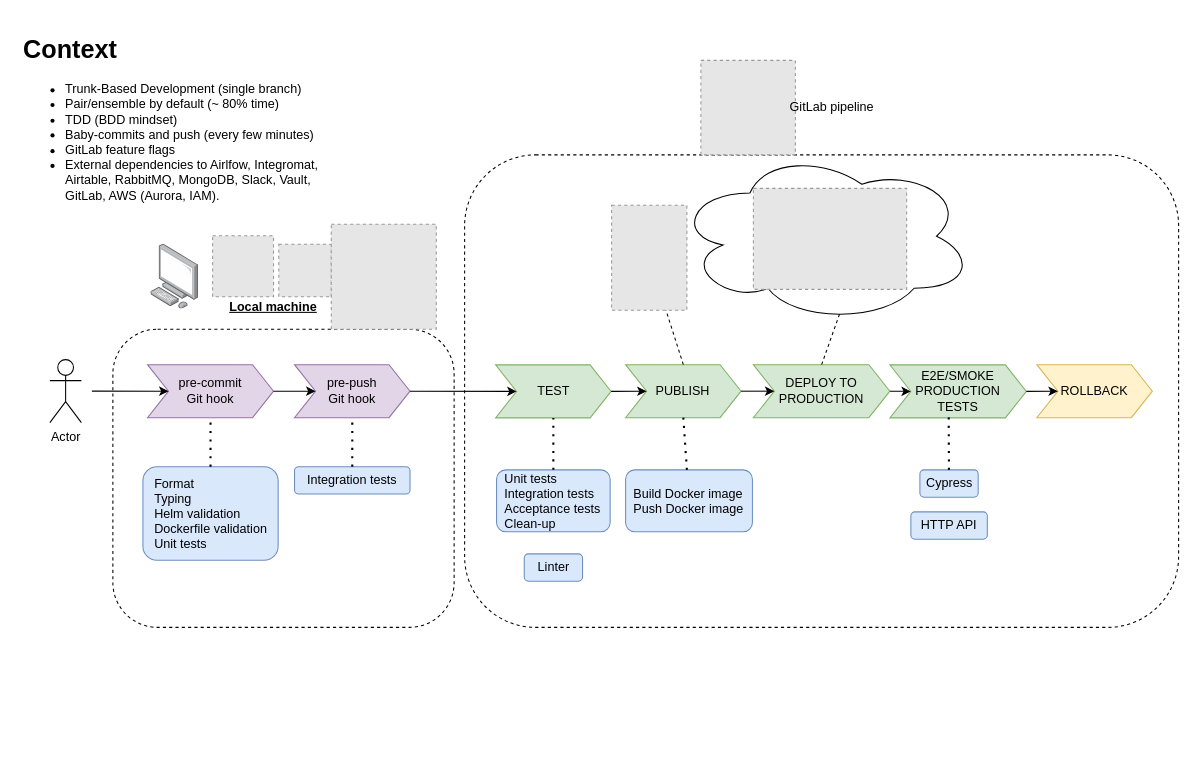
Above: page "Clarity AI" (1 of 2) of talk-master-urjc-continuous-deployment/Charla URJC Despliegue Continuo.drawio in islomar/my-notes (draw.io), before the change. Source tidied: cells renumbered, new cells numbered last; positions are measured from the earlier drawing's top-left corner, leaving out a move shared by most shapes. Both pictures are drawn from the tidied source at 105%, with x=0, y=0 at pixel (18, 28). Pictures stored in the file or linked from it are replaced by grey dashed boxes.
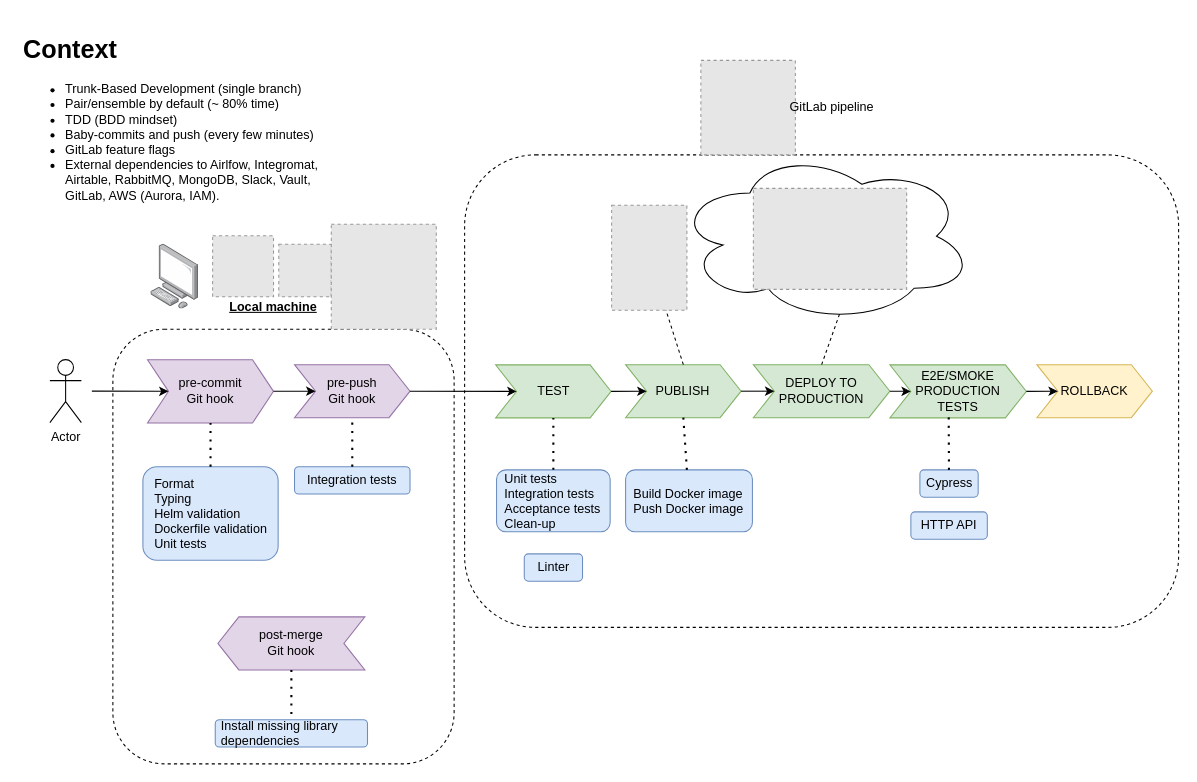
After the change.

Diff of the diagram source:
```diff
@@
     <mxCell id="2" style="rounded=1;whiteSpace=wrap;html=1;dashed=1;fillColor=default;" parent="1" vertex="1">
-      <mxGeometry x="90" y="286" width="325" height="284" as="geometry" />
+      <mxGeometry x="90" y="286" width="325" height="414" as="geometry" />
     </mxCell>
@@
     <mxCell id="6" value="pre-commit&lt;br&gt;Git hook" style="shape=step;perimeter=stepPerimeter;whiteSpace=wrap;html=1;fixedSize=1;fillColor=#e1d5e7;strokeColor=#9673a6;" parent="1" vertex="1">
-      <mxGeometry x="123" y="319.8" width="120" height="50.5" as="geometry" />
+      <mxGeometry x="123" y="315.1" width="120" height="60.2" as="geometry" />
     </mxCell>
@@
+    <mxCell id="44" value="post-merge&lt;br&gt;Git hook" style="shape=step;perimeter=stepPerimeter;whiteSpace=wrap;html=1;fixedSize=1;fillColor=#e1d5e7;strokeColor=#9673a6;flipH=1;" parent="1" vertex="1">
+      <mxGeometry x="190" y="560" width="140" height="50.5" as="geometry" />
+    </mxCell>
+    <mxCell id="45" value="&amp;nbsp;Install missing library&amp;nbsp; &amp;nbsp;dependencies" style="rounded=1;whiteSpace=wrap;html=1;fillColor=#dae8fc;strokeColor=#6c8ebf;align=left;" parent="1" vertex="1">
+      <mxGeometry x="187.5" y="658" width="145" height="26" as="geometry" />
+    </mxCell>
+    <mxCell id="46" style="endArrow=none;dashed=1;html=1;dashPattern=1 3;strokeWidth=2;rounded=0;exitX=0.5;exitY=1;exitDx=0;exitDy=0;" parent="1" edge="1" source="44" target="45">
+      <mxGeometry relative="1" as="geometry" />
+    </mxCell>
```
